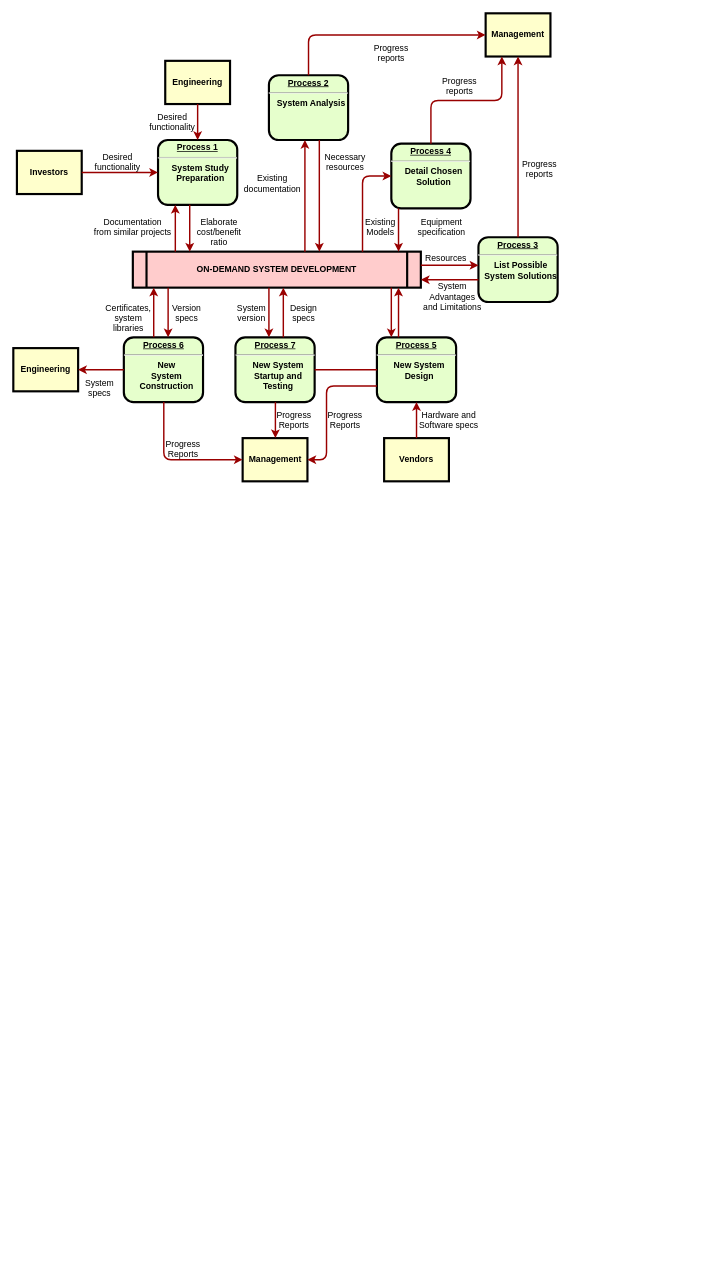
The draw.io diagram myemail/未命名绘图.drawio in susie-wen/SSM, before the edit. Source tidied: cells renumbered, new cells numbered last; positions are measured from the earlier drawing's top-left corner, leaving out a move shared by most shapes. Both pictures are drawn from the tidied source at 72%, with x=0, y=0 at pixel (13, 13).
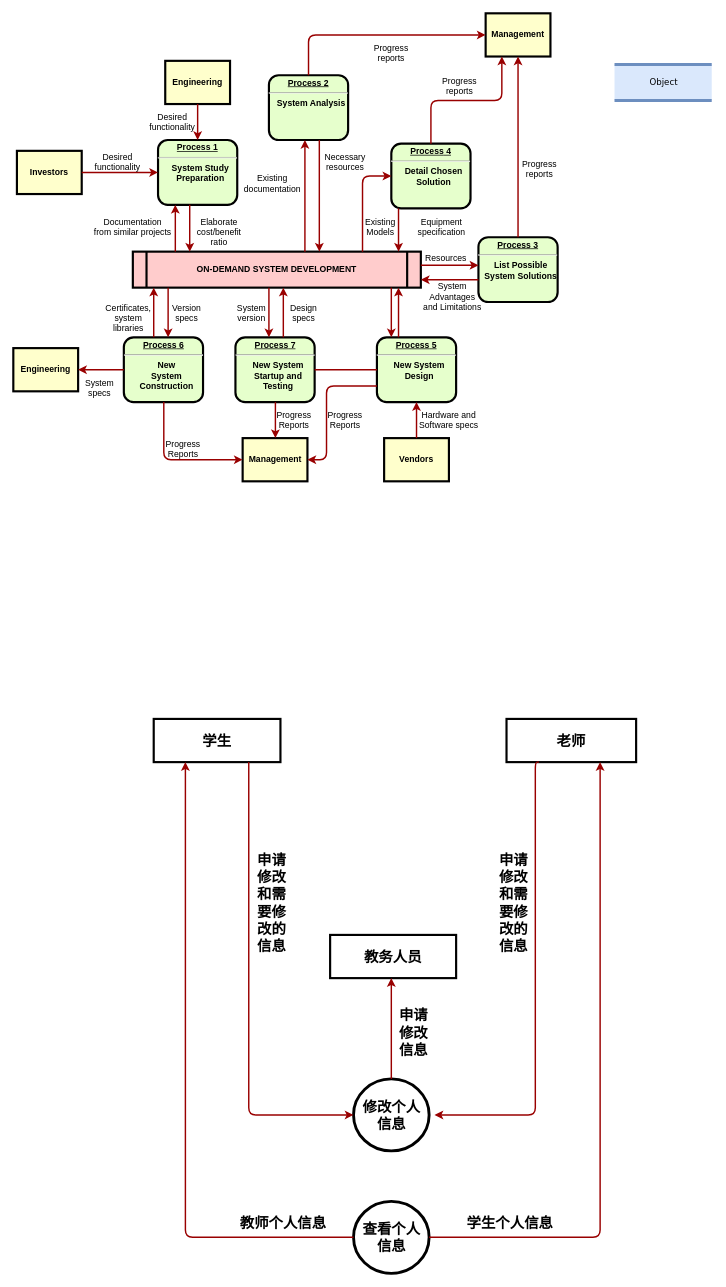
The same diagram, later.

Commit message:
更新未命名绘图.drawio

The edit, as a diff of the source:
```diff
@@
+    <mxCell id="63" value="Object" style="html=1;rounded=0;shadow=0;comic=0;labelBackgroundColor=none;strokeWidth=4;fontFamily=Verdana;fontSize=12;align=center;shape=mxgraph.ios7ui.horLines;fillColor=#dae8fc;strokeColor=#6c8ebf;" parent="1" vertex="1">
+      <mxGeometry x="835" y="71" width="135" height="50" as="geometry" />
+    </mxCell>
+    <mxCell id="64" value="老师" style="whiteSpace=wrap;align=center;verticalAlign=middle;fontStyle=1;strokeWidth=3;fontSize=20;" parent="1" vertex="1">
+      <mxGeometry x="685" y="980" width="180" height="60" as="geometry" />
+    </mxCell>
+    <mxCell id="65" value="教务人员" style="whiteSpace=wrap;align=center;verticalAlign=middle;fontStyle=1;strokeWidth=3;fontSize=20;" parent="1" vertex="1">
+      <mxGeometry x="440" y="1280" width="175" height="60" as="geometry" />
+    </mxCell>
+    <mxCell id="66" value="学生" style="whiteSpace=wrap;align=center;verticalAlign=middle;fontStyle=1;strokeWidth=3;fontSize=20;" parent="1" vertex="1">
+      <mxGeometry x="195" y="980" width="176" height="60" as="geometry" />
+    </mxCell>
+    <mxCell id="67" value="修改个人&lt;br&gt;信息" style="ellipse;whiteSpace=wrap;html=1;strokeWidth=4;fontSize=20;fontStyle=1;" parent="1" vertex="1">
+      <mxGeometry x="472.5" y="1480" width="105" height="100" as="geometry" />
+    </mxCell>
+    <mxCell id="68" style="edgeStyle=elbowEdgeStyle;elbow=horizontal;strokeColor=#990000;strokeWidth=2;exitX=0.5;exitY=0;exitDx=0;exitDy=0;" parent="1" edge="1" source="67">
+      <mxGeometry relative="1" as="geometry">
+        <mxPoint x="525" y="1340" as="targetPoint" />
+        <Array as="points">
+          <mxPoint x="525" y="1369" />
+        </Array>
+      </mxGeometry>
+    </mxCell>
+    <mxCell id="69" value="&lt;b&gt;申请修改信息&lt;/b&gt;" style="text;html=1;strokeColor=none;fillColor=none;align=center;verticalAlign=middle;whiteSpace=wrap;rounded=0;strokeWidth=4;fontSize=20;" parent="1" vertex="1">
+      <mxGeometry x="526" y="1400" width="60" height="30" as="geometry" />
+    </mxCell>
+    <mxCell id="70" style="edgeStyle=elbowEdgeStyle;elbow=horizontal;strokeColor=#990000;strokeWidth=2;exitX=0.25;exitY=1;exitDx=0;exitDy=0;" parent="1" edge="1" source="64">
+      <mxGeometry relative="1" as="geometry">
+        <mxPoint x="585" y="1530" as="targetPoint" />
+        <Array as="points">
+          <mxPoint x="725" y="1290" />
+        </Array>
+      </mxGeometry>
+    </mxCell>
+    <mxCell id="71" value="&lt;b&gt;申请修改和需要修改的信息&lt;/b&gt;" style="text;html=1;strokeColor=none;fillColor=none;align=center;verticalAlign=middle;whiteSpace=wrap;rounded=0;strokeWidth=4;fontSize=20;" parent="1" vertex="1">
+      <mxGeometry x="665" y="1220" width="60" height="30" as="geometry" />
+    </mxCell>
+    <mxCell id="72" style="edgeStyle=elbowEdgeStyle;elbow=horizontal;strokeColor=#990000;strokeWidth=2;exitX=0.75;exitY=1;exitDx=0;exitDy=0;entryX=0;entryY=0.5;entryDx=0;entryDy=0;" parent="1" edge="1" source="66" target="67">
+      <mxGeometry relative="1" as="geometry">
+        <Array as="points">
+          <mxPoint x="327" y="1280" />
+          <mxPoint x="285" y="1280" />
+        </Array>
+      </mxGeometry>
+    </mxCell>
+    <mxCell id="73" value="&lt;b&gt;申请修改和需要修改的信息&lt;/b&gt;" style="text;html=1;strokeColor=none;fillColor=none;align=center;verticalAlign=middle;whiteSpace=wrap;rounded=0;strokeWidth=4;fontSize=20;" parent="1" vertex="1">
+      <mxGeometry x="328.5" y="1220" width="60" height="30" as="geometry" />
+    </mxCell>
+    <mxCell id="74" value="&lt;font&gt;查看&lt;/font&gt;&lt;font&gt;个人&lt;/font&gt;&lt;br&gt;信息" style="ellipse;whiteSpace=wrap;html=1;strokeWidth=4;fontSize=20;fontStyle=1;" parent="1" vertex="1">
+      <mxGeometry x="472.5" y="1650" width="105" height="100" as="geometry" />
+    </mxCell>
+    <mxCell id="75" style="edgeStyle=elbowEdgeStyle;elbow=horizontal;strokeColor=#990000;strokeWidth=2;exitX=0;exitY=0.5;exitDx=0;exitDy=0;entryX=0.25;entryY=1;entryDx=0;entryDy=0;" parent="1" edge="1" source="74" target="66">
+      <mxGeometry relative="1" as="geometry">
+        <Array as="points">
+          <mxPoint x="239" y="1400" />
+          <mxPoint x="38.5" y="1430" />
+        </Array>
+      </mxGeometry>
+    </mxCell>
+    <mxCell id="76" style="edgeStyle=elbowEdgeStyle;elbow=horizontal;strokeColor=#990000;strokeWidth=2;exitX=1;exitY=0.5;exitDx=0;exitDy=0;entryX=0.25;entryY=1;entryDx=0;entryDy=0;" parent="1" edge="1" source="74">
+      <mxGeometry relative="1" as="geometry">
+        <mxPoint x="815" y="1040" as="targetPoint" />
+        <Array as="points">
+          <mxPoint x="815" y="1400" />
+          <mxPoint x="614.5" y="1430" />
+        </Array>
+      </mxGeometry>
+    </mxCell>
+    <mxCell id="77" value="&lt;b&gt;教师个人信息&lt;/b&gt;" style="text;html=1;strokeColor=none;fillColor=none;align=center;verticalAlign=middle;whiteSpace=wrap;rounded=0;strokeWidth=4;fontSize=20;" parent="1" vertex="1">
+      <mxGeometry x="295" y="1660" width="160" height="40" as="geometry" />
+    </mxCell>
+    <mxCell id="78" value="&lt;b&gt;学生个人信息&lt;/b&gt;" style="text;html=1;strokeColor=none;fillColor=none;align=center;verticalAlign=middle;whiteSpace=wrap;rounded=0;strokeWidth=4;fontSize=20;" parent="1" vertex="1">
+      <mxGeometry x="610" y="1660" width="160" height="40" as="geometry" />
+    </mxCell>
```
